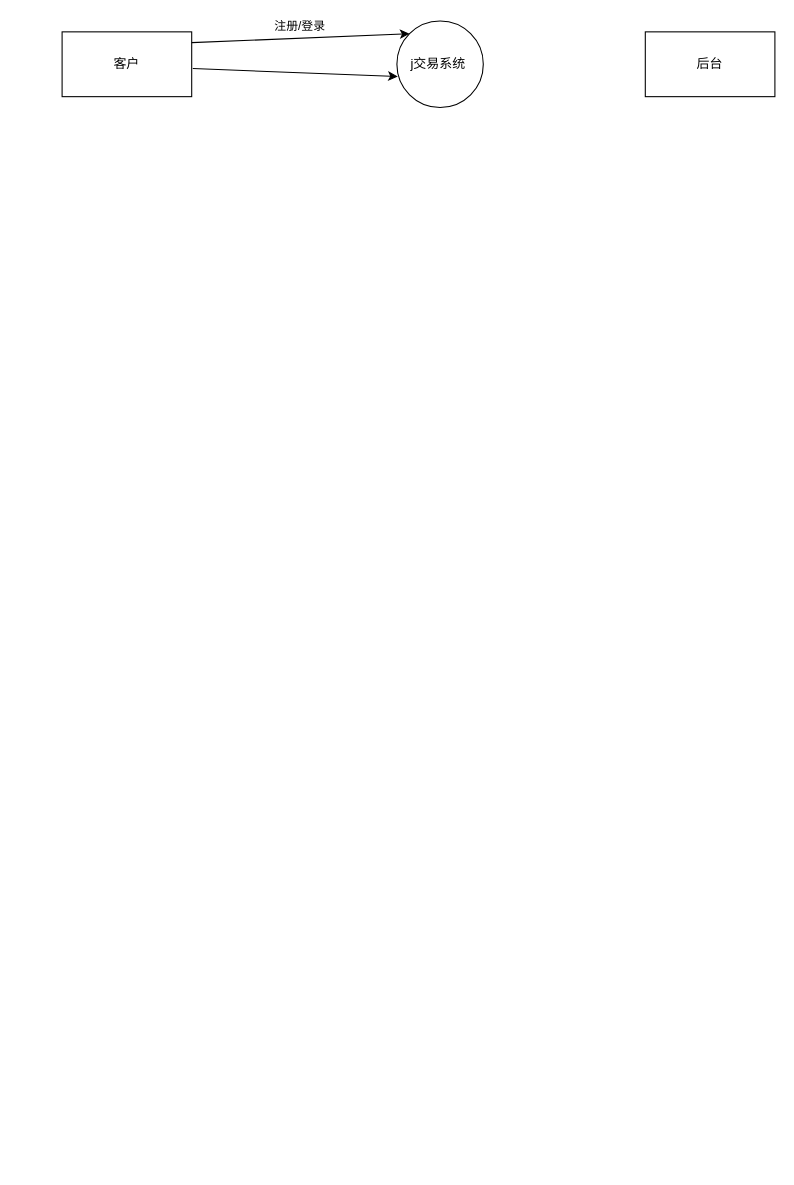
Gannju/remote-repo keeps this draw.io diagram as 在线购物系统 dfd.drawio. Above is the earlier version. Source tidied: cells renumbered, new cells numbered last; positions are measured from the earlier drawing's top-left corner, leaving out a move shared by most shapes. Both pictures are drawn from the tidied source at 108%, with x=0, y=0 at pixel (62, 21).
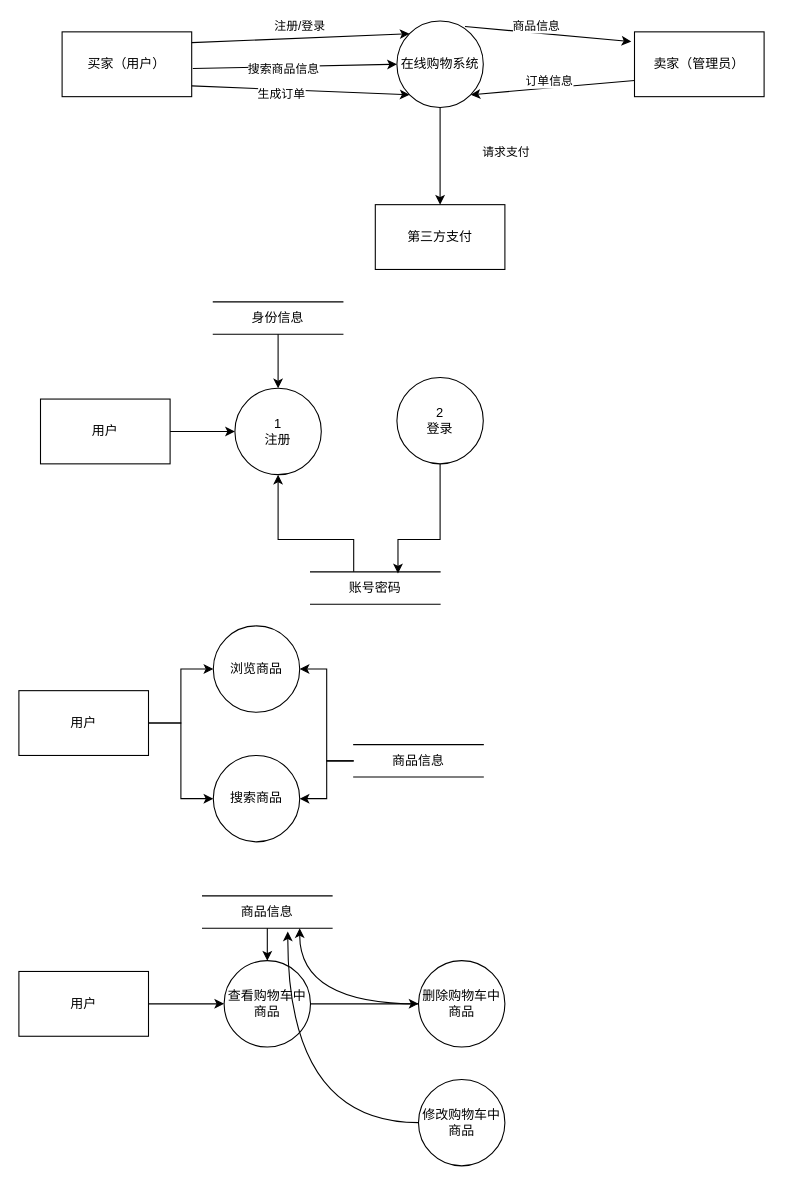
After the change.

Commit message (it also covers changes not shown here):
更新在线购物系统 dfd.drawio

Diff of the diagram source:
```diff
@@
-    <mxCell id="2" value="客户" style="rounded=0;whiteSpace=wrap;html=1;" parent="1" vertex="1">
+    <mxCell id="2" value="买家（用户）" style="rounded=0;whiteSpace=wrap;html=1;" parent="1" vertex="1">
       <mxGeometry y="10" width="120" height="60" as="geometry" />
     </mxCell>
-    <mxCell id="3" value="后台" style="rounded=0;whiteSpace=wrap;html=1;" parent="1" vertex="1">
-      <mxGeometry x="540" y="10" width="120" height="60" as="geometry" />
-    </mxCell>
-    <mxCell id="4" value="j交易系统&amp;nbsp;" style="ellipse;whiteSpace=wrap;html=1;" parent="1" vertex="1">
+    <mxCell id="4" value="在线购物系统" style="ellipse;whiteSpace=wrap;html=1;" parent="1" vertex="1">
       <mxGeometry x="310" width="80" height="80" as="geometry" />
     </mxCell>
@@
-    <mxCell id="7" style="endArrow=classic;html=1;rounded=0;entryX=0.01;entryY=0.641;entryDx=0;entryDy=0;entryPerimeter=0;" parent="1" edge="1" target="4">
+    <mxCell id="7" style="endArrow=classic;html=1;rounded=0;entryX=0;entryY=0.5;entryDx=0;entryDy=0;" parent="1" edge="1" target="4">
       <mxGeometry relative="1" as="geometry">
         <mxPoint x="121" y="44" as="sourcePoint" />
       </mxGeometry>
     </mxCell>
+    <mxCell id="8" value="搜索商品信息" style="edgeLabel;html=1;align=center;verticalAlign=middle;" parent="7" vertex="1">
+      <mxGeometry x="-0.12" y="-2" relative="1" as="geometry" />
+    </mxCell>
+    <mxCell id="9" style="endArrow=classic;html=1;rounded=0;entryX=0;entryY=1;entryDx=0;entryDy=0;" parent="1" edge="1" target="4">
+      <mxGeometry relative="1" as="geometry">
+        <mxPoint x="120" y="60" as="sourcePoint" />
+      </mxGeometry>
+    </mxCell>
+    <mxCell id="10" value="生成订单" style="edgeLabel;html=1;align=center;verticalAlign=middle;" parent="9" vertex="1">
+      <mxGeometry x="-0.18" y="-4" relative="1" as="geometry" />
+    </mxCell>
+    <mxCell id="11" value="卖家（管理员）" style="rounded=0;whiteSpace=wrap;html=1;" parent="1" vertex="1">
+      <mxGeometry x="530" y="10" width="120" height="60" as="geometry" />
+    </mxCell>
+    <mxCell id="12" style="endArrow=classic;html=1;rounded=0;exitX=0.788;exitY=0.063;exitDx=0;exitDy=0;exitPerimeter=0;entryX=-0.025;entryY=0.15;entryDx=0;entryDy=0;entryPerimeter=0;" parent="1" edge="1" source="4" target="11">
+      <mxGeometry relative="1" as="geometry" />
+    </mxCell>
+    <mxCell id="13" value="商品信息" style="edgeLabel;html=1;align=center;verticalAlign=middle;" parent="12" vertex="1">
+      <mxGeometry x="0.41" y="-4" relative="1" as="geometry">
+        <mxPoint x="-43" y="-14" as="offset" />
+      </mxGeometry>
+    </mxCell>
+    <mxCell id="14" style="endArrow=classic;html=1;rounded=0;entryX=1;entryY=1;entryDx=0;entryDy=0;exitX=0;exitY=0.75;exitDx=0;exitDy=0;" parent="1" edge="1" source="11" target="4">
+      <mxGeometry relative="1" as="geometry" />
+    </mxCell>
+    <mxCell id="15" value="订单信息" style="edgeLabel;html=1;align=center;verticalAlign=middle;" parent="14" vertex="1">
+      <mxGeometry x="0.58" y="3" relative="1" as="geometry">
+        <mxPoint x="40" y="-13" as="offset" />
+      </mxGeometry>
+    </mxCell>
+    <mxCell id="16" value="第三方支付" style="rounded=0;whiteSpace=wrap;html=1;" parent="1" vertex="1">
+      <mxGeometry x="290" y="170" width="120" height="60" as="geometry" />
+    </mxCell>
+    <mxCell id="17" style="endArrow=classic;html=1;rounded=0;exitX=0.5;exitY=1;exitDx=0;exitDy=0;entryX=0.5;entryY=0;entryDx=0;entryDy=0;" parent="1" edge="1" source="4" target="16">
+      <mxGeometry relative="1" as="geometry" />
+    </mxCell>
+    <mxCell id="18" value="请求支付" style="edgeLabel;html=1;align=center;verticalAlign=middle;" parent="17" vertex="1">
+      <mxGeometry x="0.58" y="3" relative="1" as="geometry">
+        <mxPoint x="57" y="-31" as="offset" />
+      </mxGeometry>
+    </mxCell>
+    <mxCell id="19" value="用户" style="rounded=0;whiteSpace=wrap;html=1;" parent="1" vertex="1">
+      <mxGeometry x="-20" y="350" width="120" height="60" as="geometry" />
+    </mxCell>
+    <mxCell id="20" style="endArrow=classic;html=1;rounded=0;entryX=0;entryY=0.5;entryDx=0;entryDy=0;" parent="1" edge="1" target="21">
+      <mxGeometry relative="1" as="geometry">
+        <mxPoint x="100" y="380" as="sourcePoint" />
+      </mxGeometry>
+    </mxCell>
+    <mxCell id="21" value="1&lt;br&gt;注册" style="ellipse;whiteSpace=wrap;html=1;" parent="1" vertex="1">
+      <mxGeometry x="160" y="340" width="80" height="80" as="geometry" />
+    </mxCell>
+    <mxCell id="22" style="edgeStyle=orthogonalEdgeStyle;rounded=0;jettySize=auto;html=1;entryX=0.5;entryY=1;entryDx=0;entryDy=0;" parent="1" edge="1" source="23" target="21">
+      <mxGeometry relative="1" as="geometry">
+        <Array as="points">
+          <mxPoint x="270" y="480" />
+          <mxPoint x="200" y="480" />
+        </Array>
+      </mxGeometry>
+    </mxCell>
+    <mxCell id="23" value="账号密码" style="shape=partialRectangle;whiteSpace=wrap;html=1;left=0;right=0;fillColor=none;" parent="1" vertex="1">
+      <mxGeometry x="230" y="510" width="120" height="30" as="geometry" />
+    </mxCell>
+    <mxCell id="24" value="2&lt;br&gt;登录" style="ellipse;whiteSpace=wrap;html=1;" parent="1" vertex="1">
+      <mxGeometry x="310" y="330" width="80" height="80" as="geometry" />
+    </mxCell>
+    <mxCell id="25" style="edgeStyle=orthogonalEdgeStyle;rounded=0;jettySize=auto;html=1;entryX=0.675;entryY=0.05;entryDx=0;entryDy=0;entryPerimeter=0;" parent="1" edge="1" target="23">
+      <mxGeometry relative="1" as="geometry">
+        <mxPoint x="350" y="420" as="sourcePoint" />
+        <Array as="points">
+          <mxPoint x="350" y="410" />
+          <mxPoint x="350" y="480" />
+          <mxPoint x="311" y="480" />
+        </Array>
+      </mxGeometry>
+    </mxCell>
+    <mxCell id="26" style="edgeStyle=orthogonalEdgeStyle;rounded=0;jettySize=auto;html=1;entryX=0.5;entryY=0;entryDx=0;entryDy=0;" parent="1" edge="1" source="27" target="21">
+      <mxGeometry relative="1" as="geometry" />
+    </mxCell>
+    <mxCell id="27" value="身份信息" style="shape=partialRectangle;whiteSpace=wrap;html=1;left=0;right=0;fillColor=none;" parent="1" vertex="1">
+      <mxGeometry x="140" y="260" width="120" height="30" as="geometry" />
+    </mxCell>
+    <mxCell id="28" style="edgeStyle=orthogonalEdgeStyle;rounded=0;jettySize=auto;html=1;entryX=0;entryY=0.5;entryDx=0;entryDy=0;" parent="1" edge="1" source="30" target="31">
+      <mxGeometry relative="1" as="geometry" />
+    </mxCell>
+    <mxCell id="29" style="edgeStyle=orthogonalEdgeStyle;rounded=0;jettySize=auto;html=1;entryX=0;entryY=0.5;entryDx=0;entryDy=0;" parent="1" edge="1" source="30" target="33">
+      <mxGeometry relative="1" as="geometry" />
+    </mxCell>
+    <mxCell id="30" value="用户" style="rounded=0;whiteSpace=wrap;html=1;" parent="1" vertex="1">
+      <mxGeometry x="-40" y="620" width="120" height="60" as="geometry" />
+    </mxCell>
+    <mxCell id="31" value="浏览商品" style="ellipse;whiteSpace=wrap;html=1;" parent="1" vertex="1">
+      <mxGeometry x="140" y="560" width="80" height="80" as="geometry" />
+    </mxCell>
+    <mxCell id="32" style="edgeStyle=orthogonalEdgeStyle;rounded=0;orthogonalLoop=1;jettySize=auto;html=1;exitX=0.5;exitY=1;exitDx=0;exitDy=0;" parent="1" edge="1">
+      <mxGeometry relative="1" as="geometry">
+        <mxPoint x="180" y="740" as="sourcePoint" />
+        <mxPoint x="180" y="740" as="targetPoint" />
+      </mxGeometry>
+    </mxCell>
+    <mxCell id="33" value="搜索商品" style="ellipse;whiteSpace=wrap;html=1;" parent="1" vertex="1">
+      <mxGeometry x="140" y="680" width="80" height="80" as="geometry" />
+    </mxCell>
+    <mxCell id="34" style="edgeStyle=orthogonalEdgeStyle;rounded=0;jettySize=auto;html=1;entryX=1;entryY=0.5;entryDx=0;entryDy=0;" parent="1" edge="1" source="36" target="31">
+      <mxGeometry relative="1" as="geometry" />
+    </mxCell>
+    <mxCell id="35" style="edgeStyle=orthogonalEdgeStyle;rounded=0;jettySize=auto;html=1;entryX=1;entryY=0.5;entryDx=0;entryDy=0;" parent="1" edge="1" source="36" target="33">
+      <mxGeometry relative="1" as="geometry" />
+    </mxCell>
+    <mxCell id="36" value="商品信息" style="shape=partialRectangle;whiteSpace=wrap;html=1;left=0;right=0;fillColor=none;" parent="1" vertex="1">
+      <mxGeometry x="270" y="670" width="120" height="30" as="geometry" />
+    </mxCell>
+    <mxCell id="37" style="edgeStyle=orthogonalEdgeStyle;rounded=0;jettySize=auto;html=1;entryX=0;entryY=0.5;entryDx=0;entryDy=0;" parent="1" edge="1" source="38" target="40">
+      <mxGeometry relative="1" as="geometry" />
+    </mxCell>
+    <mxCell id="38" value="用户" style="rounded=0;whiteSpace=wrap;html=1;" parent="1" vertex="1">
+      <mxGeometry x="-40" y="880" width="120" height="60" as="geometry" />
+    </mxCell>
+    <mxCell id="39" style="edgeStyle=orthogonalEdgeStyle;rounded=0;jettySize=auto;html=1;entryX=0;entryY=0.5;entryDx=0;entryDy=0;" parent="1" edge="1" source="40" target="44">
+      <mxGeometry relative="1" as="geometry" />
+    </mxCell>
+    <mxCell id="40" value="查看购物车中商品" style="ellipse;whiteSpace=wrap;html=1;" parent="1" vertex="1">
+      <mxGeometry x="150" y="870" width="80" height="80" as="geometry" />
+    </mxCell>
+    <mxCell id="41" style="edgeStyle=orthogonalEdgeStyle;rounded=0;jettySize=auto;html=1;" parent="1" edge="1" source="42" target="40">
+      <mxGeometry relative="1" as="geometry" />
+    </mxCell>
+    <mxCell id="42" value="商品信息" style="shape=partialRectangle;whiteSpace=wrap;html=1;left=0;right=0;fillColor=none;" parent="1" vertex="1">
+      <mxGeometry x="130" y="810" width="120" height="30" as="geometry" />
+    </mxCell>
+    <mxCell id="43" style="edgeStyle=orthogonalEdgeStyle;rounded=0;jettySize=auto;html=1;entryX=0.75;entryY=1;entryDx=0;entryDy=0;curved=1;" parent="1" edge="1" source="44" target="42">
+      <mxGeometry relative="1" as="geometry" />
+    </mxCell>
+    <mxCell id="44" value="删除购物车中商品" style="ellipse;whiteSpace=wrap;html=1;" parent="1" vertex="1">
+      <mxGeometry x="330" y="870" width="80" height="80" as="geometry" />
+    </mxCell>
+    <mxCell id="45" value="修改购物车中商品" style="ellipse;whiteSpace=wrap;html=1;" parent="1" vertex="1">
+      <mxGeometry x="330" y="980" width="80" height="80" as="geometry" />
+    </mxCell>
+    <mxCell id="46" style="edgeStyle=orthogonalEdgeStyle;rounded=0;jettySize=auto;html=1;entryX=0.658;entryY=1.1;entryDx=0;entryDy=0;entryPerimeter=0;curved=1;" parent="1" edge="1" source="45" target="42">
+      <mxGeometry relative="1" as="geometry" />
+    </mxCell>
```
